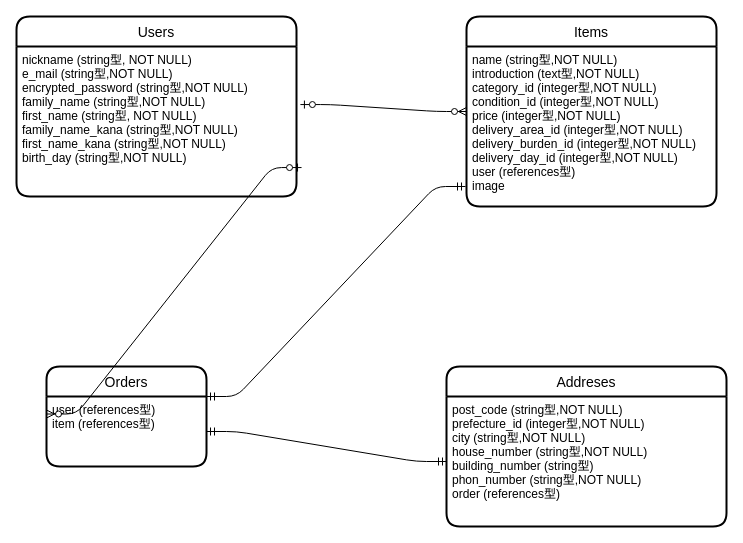
Earlier version of the draw.io diagram app/furima.dio (hondaseiiti/furima-31137). Source tidied: cells renumbered, new cells numbered last; positions are measured from the earlier drawing's top-left corner, leaving out a move shared by most shapes. Both pictures are drawn from the tidied source at 100%, with x=0, y=0 at pixel (16, 16).
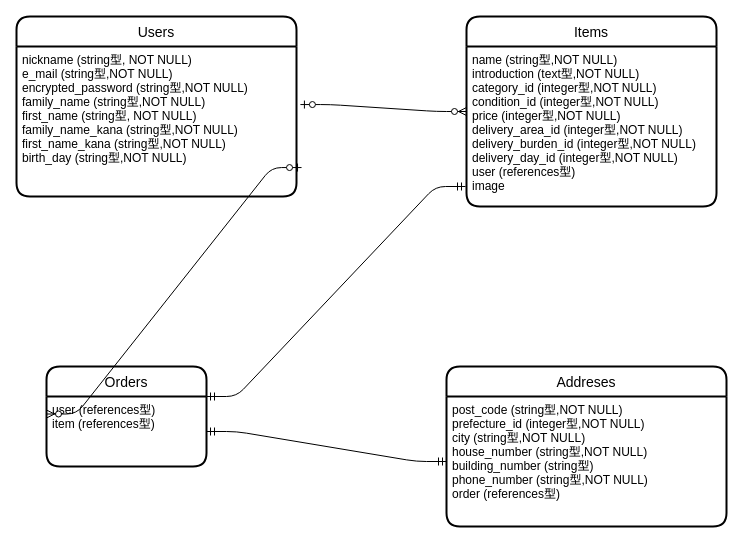
The same diagram, later.

Commit message (it also covers changes not shown here):
変更点の修正4

What changed in the source:
```diff
@@
 <mxGraphModel>
   <root>
     <mxCell id="0" />
     <mxCell id="1" parent="0" />
     <mxCell id="2" value="Items" style="swimlane;horizontal=1;startSize=30;rounded=1;fontSize=14;fontStyle=0;strokeWidth=2;shadow=0;dashed=0;align=center;" parent="1" vertex="1">
       <mxGeometry x="450" width="250" height="190" as="geometry" />
     </mxCell>
     <mxCell id="3" value="name (string型,NOT NULL)&#10;introduction (text型,NOT NULL)&#10;category_id (integer型,NOT NULL)&#10;condition_id (integer型,NOT NULL)&#10;price (integer型,NOT NULL)&#10;delivery_area_id (integer型,NOT NULL)&#10;delivery_burden_id (integer型,NOT NULL)&#10;delivery_day_id (integer型,NOT NULL)&#10;user (references型)&#10;image" style="align=left;strokeColor=none;fillColor=none;spacingLeft=4;fontSize=12;verticalAlign=top;" parent="2" vertex="1">
       <mxGeometry y="30" width="250" height="160" as="geometry" />
     </mxCell>
     <mxCell id="4" value="Orders" style="swimlane;horizontal=1;startSize=30;rounded=1;fontSize=14;fontStyle=0;strokeWidth=2;shadow=0;dashed=0;align=center;" parent="1" vertex="1">
       <mxGeometry x="30" y="350" width="160" height="100" as="geometry" />
     </mxCell>
     <mxCell id="5" value="user (references型)&#10;item (references型)" style="align=left;strokeColor=none;fillColor=none;spacingLeft=4;fontSize=12;verticalAlign=top;" parent="4" vertex="1">
       <mxGeometry y="30" width="160" height="70" as="geometry" />
     </mxCell>
     <mxCell id="6" value="Addreses" style="swimlane;horizontal=1;startSize=30;rounded=1;fontSize=14;fontStyle=0;strokeWidth=2;shadow=0;dashed=0;align=center;" parent="1" vertex="1">
       <mxGeometry x="430" y="350" width="280" height="160" as="geometry" />
     </mxCell>
-    <mxCell id="7" value="post_code (string型,NOT NULL)&#10;prefecture_id (integer型,NOT NULL)&#10;city (string型,NOT NULL)&#10;house_number (string型,NOT NULL)&#10;building_number (string型)&#10;phon_number (string型,NOT NULL)&#10;order (references型)" style="align=left;strokeColor=none;fillColor=none;spacingLeft=4;fontSize=12;verticalAlign=top;" parent="6" vertex="1">
+    <mxCell id="7" value="post_code (string型,NOT NULL)&#10;prefecture_id (integer型,NOT NULL)&#10;city (string型,NOT NULL)&#10;house_number (string型,NOT NULL)&#10;building_number (string型)&#10;phone_number (string型,NOT NULL)&#10;order (references型)" style="align=left;strokeColor=none;fillColor=none;spacingLeft=4;fontSize=12;verticalAlign=top;" parent="6" vertex="1">
       <mxGeometry y="30" width="280" height="130" as="geometry" />
     </mxCell>
     <mxCell id="8" value="Users" style="swimlane;horizontal=1;startSize=30;rounded=1;fontSize=14;fontStyle=0;strokeWidth=2;shadow=0;dashed=0;align=center;" parent="1" vertex="1">
       <mxGeometry width="280" height="180" as="geometry" />
     </mxCell>
     <mxCell id="9" value="nickname (string型, NOT NULL)&#10;e_mail (string型,NOT NULL)&#10;encrypted_password (string型,NOT NULL)&#10;family_name (string型,NOT NULL)&#10;first_name (string型, NOT NULL)&#10;family_name_kana (string型,NOT NULL)&#10;first_name_kana (string型,NOT NULL)&#10;birth_day (string型,NOT NULL)" style="align=left;strokeColor=none;fillColor=none;spacingLeft=4;fontSize=12;verticalAlign=top;" parent="8" vertex="1">
       <mxGeometry y="30" width="280" height="150" as="geometry" />
     </mxCell>
     <mxCell id="10" style="edgeStyle=entityRelationEdgeStyle;fontSize=12;html=1;endArrow=ERzeroToMany;startArrow=ERzeroToOne;exitX=1.014;exitY=0.387;exitDx=0;exitDy=0;exitPerimeter=0;entryX=0;entryY=0.5;entryDx=0;entryDy=0;" parent="1" edge="1" source="9" target="2">
       <mxGeometry relative="1" as="geometry" />
     </mxCell>
     <mxCell id="11" style="edgeStyle=entityRelationEdgeStyle;fontSize=12;html=1;endArrow=ERzeroToMany;startArrow=ERzeroToOne;exitX=1.018;exitY=0.807;exitDx=0;exitDy=0;exitPerimeter=0;entryX=0;entryY=0.25;entryDx=0;entryDy=0;" parent="1" edge="1" source="9" target="5">
       <mxGeometry relative="1" as="geometry" />
     </mxCell>
     <mxCell id="12" style="edgeStyle=entityRelationEdgeStyle;fontSize=12;html=1;endArrow=ERmandOne;startArrow=ERmandOne;exitX=1;exitY=0;exitDx=0;exitDy=0;entryX=-0.004;entryY=0.875;entryDx=0;entryDy=0;entryPerimeter=0;" parent="1" edge="1" source="5" target="3">
       <mxGeometry relative="1" as="geometry" />
     </mxCell>
     <mxCell id="13" style="edgeStyle=entityRelationEdgeStyle;fontSize=12;html=1;endArrow=ERmandOne;startArrow=ERmandOne;exitX=1;exitY=0.5;exitDx=0;exitDy=0;" parent="1" edge="1" source="5" target="7">
       <mxGeometry relative="1" as="geometry" />
     </mxCell>
   </root>
 </mxGraphModel>
```
